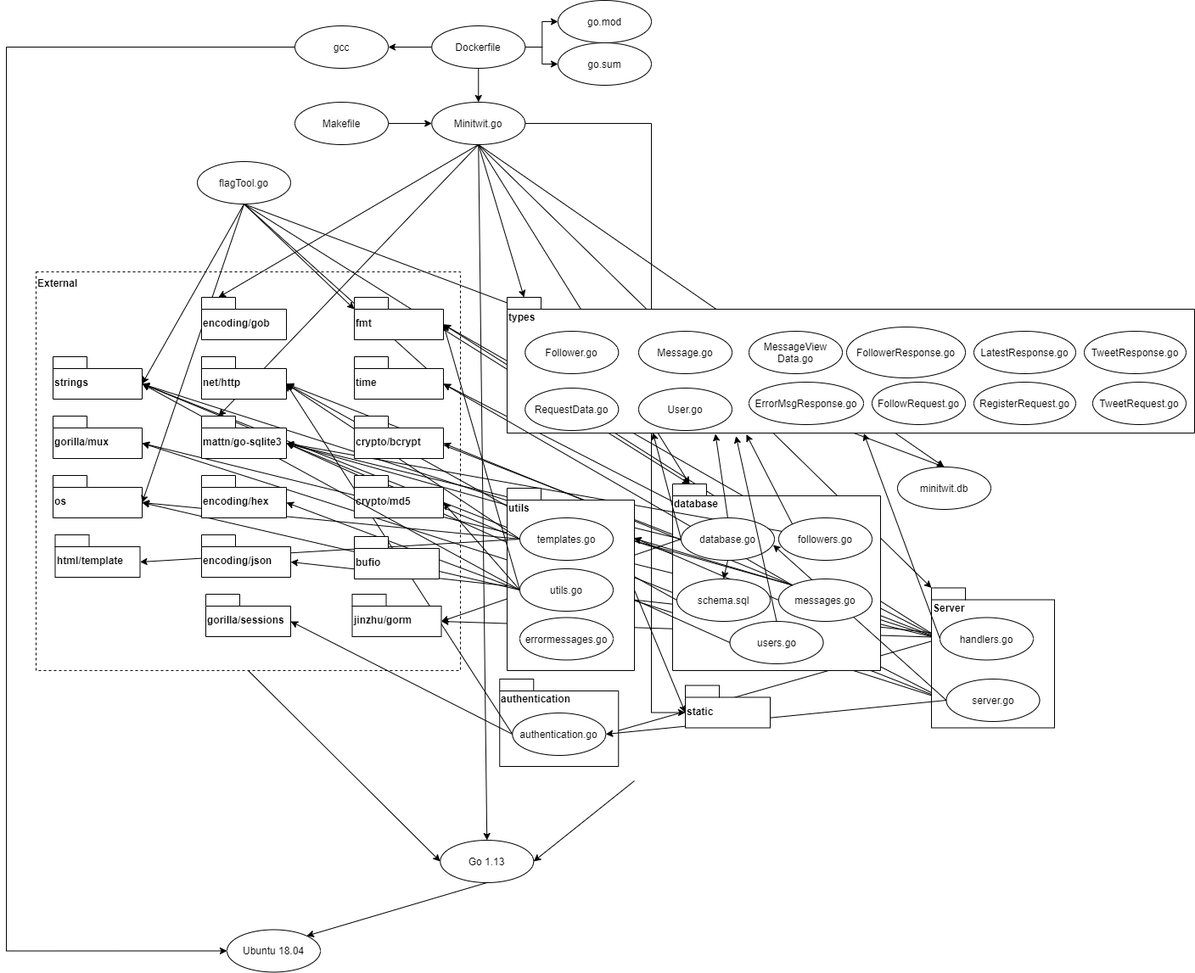
Earlier version of the draw.io export dependencydiagram.png (MoToSh99/devops). Source tidied: cells renumbered, new cells last; positions are measured from the earlier drawing's top-left corner, leaving out a move shared by most shapes.
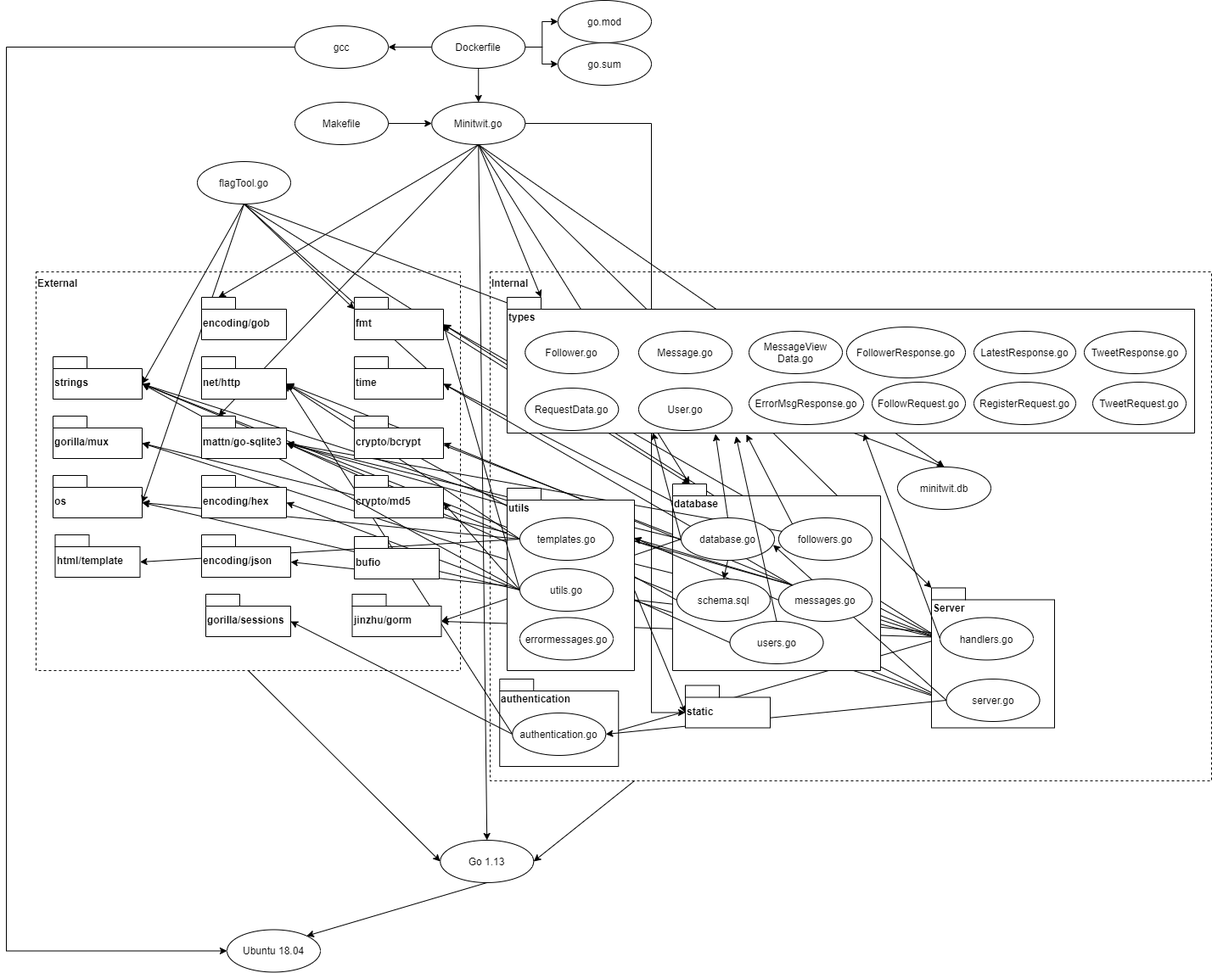
Later version of the same file.

The edit, as a diff of the source:
```diff
@@ -86,7 +86,7 @@
     <mxCell id="26" style="edgeStyle=none;rounded=0;jettySize=auto;html=1;exitX=0.5;exitY=1;exitDx=0;exitDy=0;entryX=0;entryY=0;entryDx=20;entryDy=0;entryPerimeter=0;" parent="1" edge="1" source="29" target="120">
       <mxGeometry relative="1" as="geometry" />
     </mxCell>
-    <mxCell id="27" style="edgeStyle=none;rounded=0;jettySize=auto;html=1;exitX=0.5;exitY=1;exitDx=0;exitDy=0;entryX=0;entryY=0;entryDx=20;entryDy=0;entryPerimeter=0;" parent="1" edge="1" source="29" target="20">
+    <mxCell id="27" style="edgeStyle=none;rounded=0;jettySize=auto;html=1;exitX=0.5;exitY=1;exitDx=0;exitDy=0;entryX=0;entryY=0;entryDx=40;entryDy=0;entryPerimeter=0;" parent="1" edge="1" source="29" target="20">
       <mxGeometry relative="1" as="geometry" />
     </mxCell>
     <mxCell id="28" style="edgeStyle=none;rounded=0;jettySize=auto;html=1;exitX=0.5;exitY=1;exitDx=0;exitDy=0;entryX=0.5;entryY=0;entryDx=0;entryDy=0;" parent="1" edge="1" source="29" target="34">
@@ -382,5 +382,8 @@
     <mxCell id="123" value="&lt;b&gt;External&lt;/b&gt;" style="rounded=0;whiteSpace=wrap;html=1;fillColor=none;dashed=1;align=left;verticalAlign=top;" parent="1" vertex="1">
       <mxGeometry x="35" y="320" width="500" height="470" as="geometry" />
     </mxCell>
+    <mxCell id="124" value="&lt;b&gt;Internal&lt;/b&gt;" style="rounded=0;whiteSpace=wrap;html=1;fillColor=none;dashed=1;align=left;verticalAlign=top;" parent="1" vertex="1">
+      <mxGeometry x="570" y="320" width="850" height="600" as="geometry" />
+    </mxCell>
   </root>
 </mxGraphModel>
```
